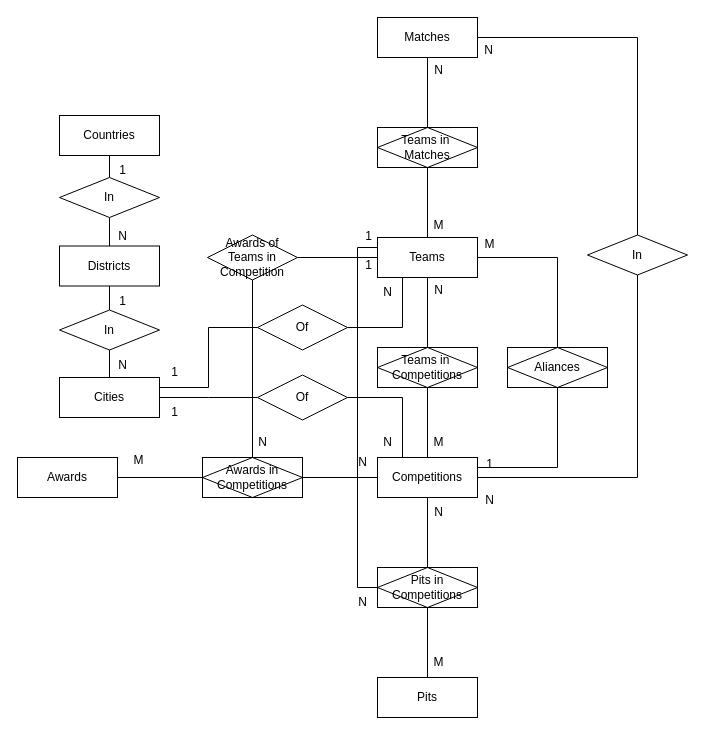
Above: ERD_final_draft.drawio in EthanChartoff/robotics_statistics (draw.io), before the change. Source tidied: cells renumbered, new cells numbered last; positions are measured from the earlier drawing's top-left corner, leaving out a move shared by most shapes. Both pictures are drawn from the tidied source at 100%, with x=0, y=0 at pixel (17, 17).
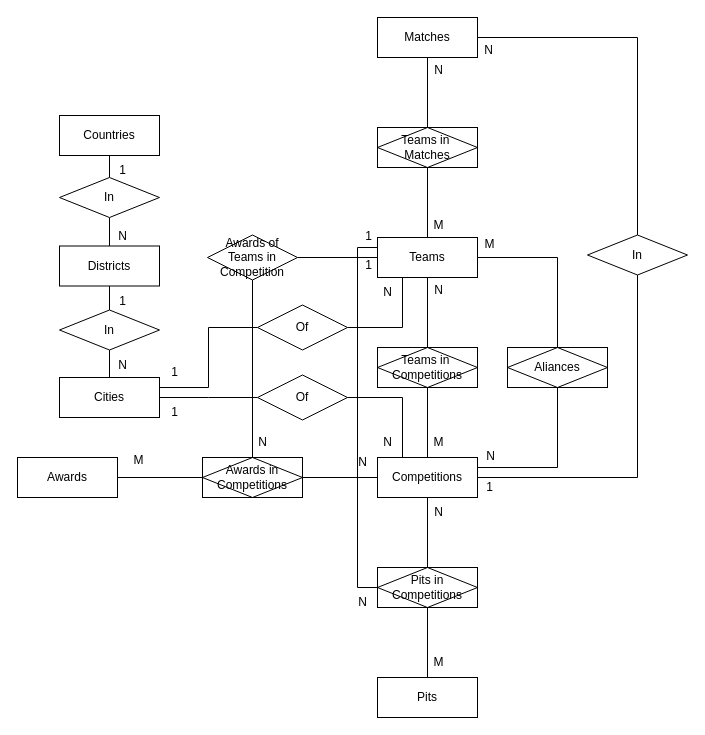
The same diagram, later.

The change refers to these unchanged cells:
```xml
<mxCell id="8" value="Competitions" style="whiteSpace=wrap;html=1;align=center;" parent="1" vertex="1">
  <mxGeometry x="360" y="440" width="100" height="40" as="geometry" />
</mxCell>
<mxCell id="42" value="Aliances" style="shape=associativeEntity;whiteSpace=wrap;html=1;align=center;" parent="1" vertex="1">
  <mxGeometry x="490" y="330" width="100" height="40" as="geometry" />
</mxCell>
```

The edit, as a diff of the source:
```diff
@@
-    <mxCell id="7" style="edgeStyle=orthogonalEdgeStyle;rounded=0;jettySize=auto;html=1;exitX=0.1;exitY=0.6;exitDx=0;exitDy=0;endArrow=none;endFill=0;exitPerimeter=0;" parent="1" edge="1" source="19" target="42">
+    <mxCell id="7" style="edgeStyle=orthogonalEdgeStyle;rounded=0;jettySize=auto;html=1;exitX=1;exitY=0.25;exitDx=0;exitDy=0;endArrow=none;endFill=0;" parent="1" edge="1" source="8" target="42">
       <mxGeometry relative="1" as="geometry" />
     </mxCell>
@@
     <mxCell id="19" value="1" style="text;html=1;align=center;verticalAlign=middle;points=[];strokeColor=none;fillColor=none;" parent="1" vertex="1">
-      <mxGeometry x="457" y="432" width="30" height="30" as="geometry" />
+      <mxGeometry x="457" y="455" width="30" height="30" as="geometry" />
     </mxCell>
@@
     <mxCell id="43" value="N" style="text;html=1;align=center;verticalAlign=middle;strokeColor=none;fillColor=none;" parent="1" vertex="1">
-      <mxGeometry x="457" y="468" width="30" height="30" as="geometry" />
+      <mxGeometry x="458" y="424" width="30" height="30" as="geometry" />
     </mxCell>
```
